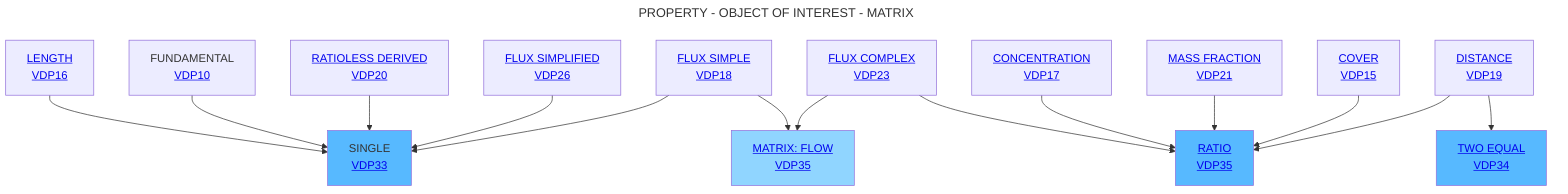
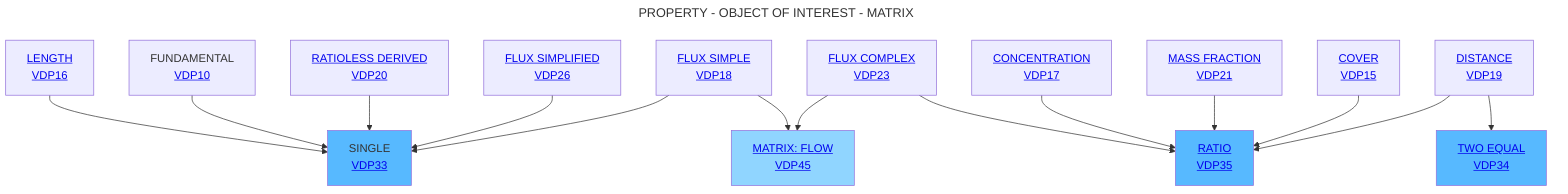
---
title: PROPERTY - OBJECT OF INTEREST - MATRIX
---
flowchart TD
    A[<a href='https://github.com/mabablue/I-ADOPT-patterns-playground/blob/main/pattern/VDP16.yaml'>LENGTH <br> VDP16</a>] --> C[SINGLE<br><a href='https://github.com/mabablue/I-ADOPT-patterns-playground/blob/main/pattern/VDP33.yaml'> VDP33</a>]:::satblue
    B[FUNDAMENTAL <br> <a href='https://github.com/mabablue/I-ADOPT-patterns-playground/blob/main/pattern/VDP10.yaml'> VDP10</a>]  --> C
    D[<a href='https://github.com/mabablue/I-ADOPT-patterns-playground/blob/main/pattern/VDP20.yaml'>RATIOLESS DERIVED <br> VDP20</a>] --> C
    E[<a href='https://github.com/mabablue/I-ADOPT-patterns-playground/blob/main/pattern/VDP20.yaml'>FLUX SIMPLIFIED <br> VDP26</a>] --> C
    I[<a href='https://github.com/mabablue/I-ADOPT-patterns-playground/blob/main/pattern/VDP23.yaml'>FLUX COMPLEX <br> VDP23</a>] --> F
    M[<a href='https://github.com/mabablue/I-ADOPT-patterns-playground/blob/main/pattern/VDP17.yaml'>CONCENTRATION <br> VDP17</a>] --> F
    L[<a href='https://github.com/mabablue/I-ADOPT-patterns-playground/blob/main/pattern/VDP21.yaml'>MASS FRACTION <br> VDP21</a>] --> F[<a href='https://github.com/mabablue/I-ADOPT-patterns-playground/blob/main/pattern/VDP35.yaml'>RATIO <br> VDP35</a>]:::satblue
    Q[<a href='https://github.com/mabablue/I-ADOPT-patterns-playground/blob/main/pattern/VDP18.yaml'>FLUX SIMPLE <br> VDP18</a>] --> C
    P[<a href='https://github.com/mabablue/I-ADOPT-patterns-playground/blob/main/pattern/VDP15.yaml'>COVER <br> VDP15</a>] --> F
-     Q --> K[<a href='https://github.com/mabablue/I-ADOPT-patterns-playground/blob/main/pattern/VDP35.yaml'>MATRIX: FLOW <br> VDP35</a>]:::blue
+     Q --> K[<a href='https://github.com/mabablue/I-ADOPT-patterns-playground/blob/main/pattern/VDP45.yaml'>MATRIX: FLOW <br> VDP45</a>]:::blue
    G[<a href='https://github.com/mabablue/I-ADOPT-patterns-playground/blob/main/pattern/VDP19.yaml'>DISTANCE <br> VDP19</a>] --> F
    G --> R[<a href='https://github.com/mabablue/I-ADOPT-patterns-playground/blob/main/pattern/VDP34.yaml'>TWO EQUAL <br> VDP34</a>]:::satblue
    I --> K

   classDef blue fill:#90D5FF
   classDef satblue fill:#57B9FF
